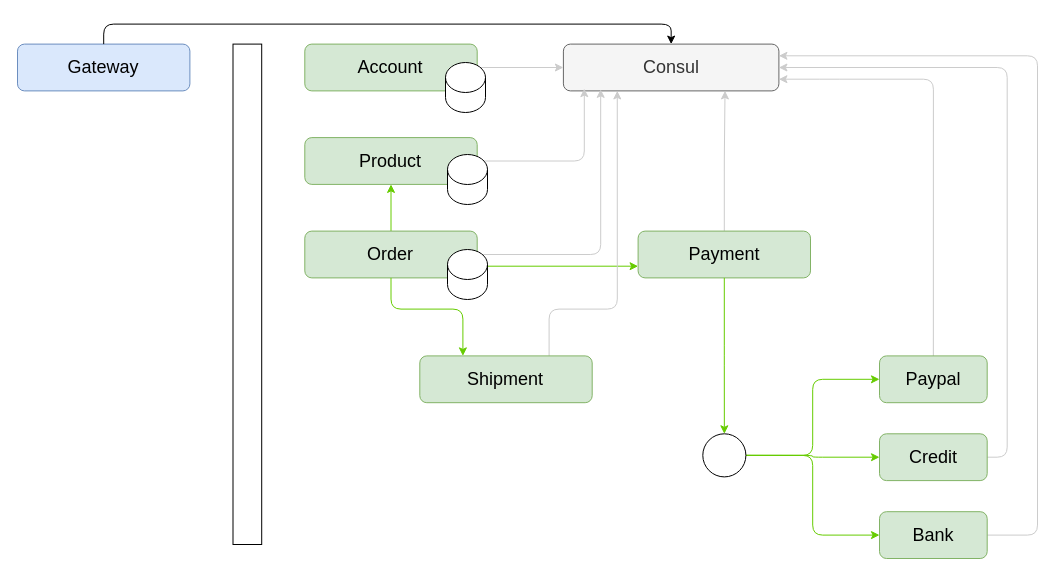
sainturb/miu-sa_rental-apartment keeps this draw.io diagram as assignment.drawio. Above is the earlier version. Source tidied: cells renumbered, new cells numbered last; positions are measured from the earlier drawing's top-left corner, leaving out a move shared by most shapes. Both pictures are drawn from the tidied source at 100%, with x=0, y=0 at pixel (17, 28).
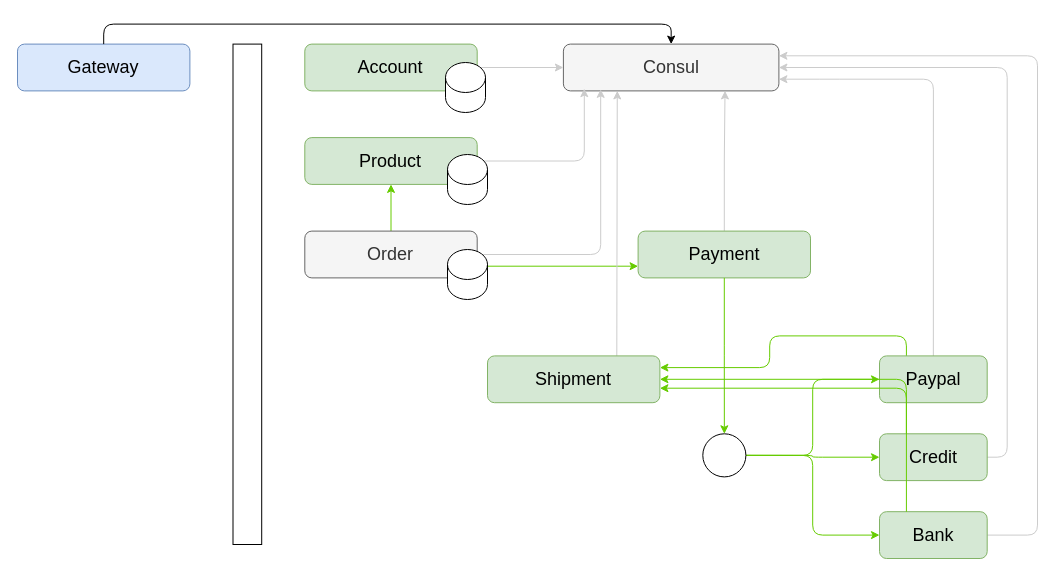
After the change.

The change refers to these unchanged cells:
```xml
<mxCell id="2" style="group;fontSize=18;" parent="1" vertex="1">
  <mxGeometry width="1020" height="530" as="geometry" />
</mxCell>
<mxCell id="4" value="Consul" style="rounded=1;whiteSpace=wrap;html=1;fillColor=#f5f5f5;fontColor=#333333;strokeColor=#666666;fontSize=18;" parent="2" vertex="1">
  <mxGeometry x="545.9" y="15.6" width="215.5" height="46.8" as="geometry" />
</mxCell>
<mxCell id="17" value="Paypal" style="rounded=1;whiteSpace=wrap;html=1;fillColor=#d5e8d4;strokeColor=#82b366;fontSize=18;" parent="2" vertex="1">
  <mxGeometry x="862" y="327.4" width="107.7" height="46.8" as="geometry" />
</mxCell>
<mxCell id="19" value="Credit" style="rounded=1;whiteSpace=wrap;html=1;fillColor=#d5e8d4;strokeColor=#82b366;fontSize=18;" parent="2" vertex="1">
  <mxGeometry x="862" y="405.3" width="107.7" height="46.8" as="geometry" />
</mxCell>
<mxCell id="21" value="Bank" style="rounded=1;whiteSpace=wrap;html=1;fillColor=#d5e8d4;strokeColor=#82b366;fontSize=18;" parent="2" vertex="1">
  <mxGeometry x="862" y="483.2" width="107.7" height="46.8" as="geometry" />
</mxCell>
```

The edit, as a diff of the source:
```diff
@@
-    <mxCell id="12" value="Order" style="rounded=1;whiteSpace=wrap;html=1;fillColor=#d5e8d4;strokeColor=#82b366;fontSize=18;" parent="2" vertex="1">
+    <mxCell id="12" value="Order" style="rounded=1;whiteSpace=wrap;html=1;fillColor=#f5f5f5;strokeColor=#666666;fontSize=18;fontColor=#333333;" parent="2" vertex="1">
       <mxGeometry x="287.3" y="202.6" width="172.4" height="46.8" as="geometry" />
     </mxCell>
@@
+    <mxCell id="34" style="edgeStyle=orthogonalEdgeStyle;rounded=1;jettySize=auto;html=1;exitX=0.25;exitY=0;exitDx=0;exitDy=0;entryX=1;entryY=0.25;entryDx=0;entryDy=0;strokeColor=#66CC00;" parent="2" edge="1" source="17" target="28">
+      <mxGeometry relative="1" as="geometry" />
+    </mxCell>
@@
     <mxCell id="27" style="edgeStyle=orthogonalEdgeStyle;rounded=1;jettySize=auto;html=1;exitX=0.75;exitY=0;exitDx=0;exitDy=0;entryX=0.25;entryY=1;entryDx=0;entryDy=0;strokeColor=#CCCCCC;" parent="2" edge="1" source="28" target="4">
       <mxGeometry relative="1" as="geometry">
         <Array as="points">
-          <mxPoint x="531.5" y="280.6" />
-          <mxPoint x="600.5" y="280.6" />
+          <mxPoint x="600" y="327" />
         </Array>
       </mxGeometry>
     </mxCell>
     <mxCell id="28" value="Shipment" style="rounded=1;whiteSpace=wrap;html=1;fillColor=#d5e8d4;strokeColor=#82b366;fontSize=18;" parent="2" vertex="1">
-      <mxGeometry x="402.3" y="327.4" width="172.4" height="46.8" as="geometry" />
+      <mxGeometry x="470" y="327.4" width="172.4" height="46.8" as="geometry" />
     </mxCell>
-    <mxCell id="29" style="edgeStyle=orthogonalEdgeStyle;rounded=1;jettySize=auto;html=1;exitX=0.5;exitY=1;exitDx=0;exitDy=0;entryX=0.25;entryY=0;entryDx=0;entryDy=0;strokeColor=#66CC00;" parent="2" edge="1" source="12" target="28">
-      <mxGeometry relative="1" as="geometry">
-        <Array as="points">
-          <mxPoint x="373.5" y="280.6" />
-          <mxPoint x="445.4" y="280.6" />
-        </Array>
-      </mxGeometry>
-    </mxCell>
@@
+    <mxCell id="35" style="edgeStyle=orthogonalEdgeStyle;rounded=1;jettySize=auto;html=1;exitX=0.25;exitY=0;exitDx=0;exitDy=0;entryX=1;entryY=0.5;entryDx=0;entryDy=0;strokeColor=#66CC00;" parent="2" edge="1" source="19" target="28">
+      <mxGeometry relative="1" as="geometry" />
+    </mxCell>
+    <mxCell id="36" style="edgeStyle=orthogonalEdgeStyle;rounded=1;jettySize=auto;html=1;exitX=0.25;exitY=0;exitDx=0;exitDy=0;entryX=1;entryY=0.69;entryDx=0;entryDy=0;entryPerimeter=0;strokeColor=#66CC00;" parent="2" edge="1" source="21" target="28">
+      <mxGeometry relative="1" as="geometry" />
+    </mxCell>
```
